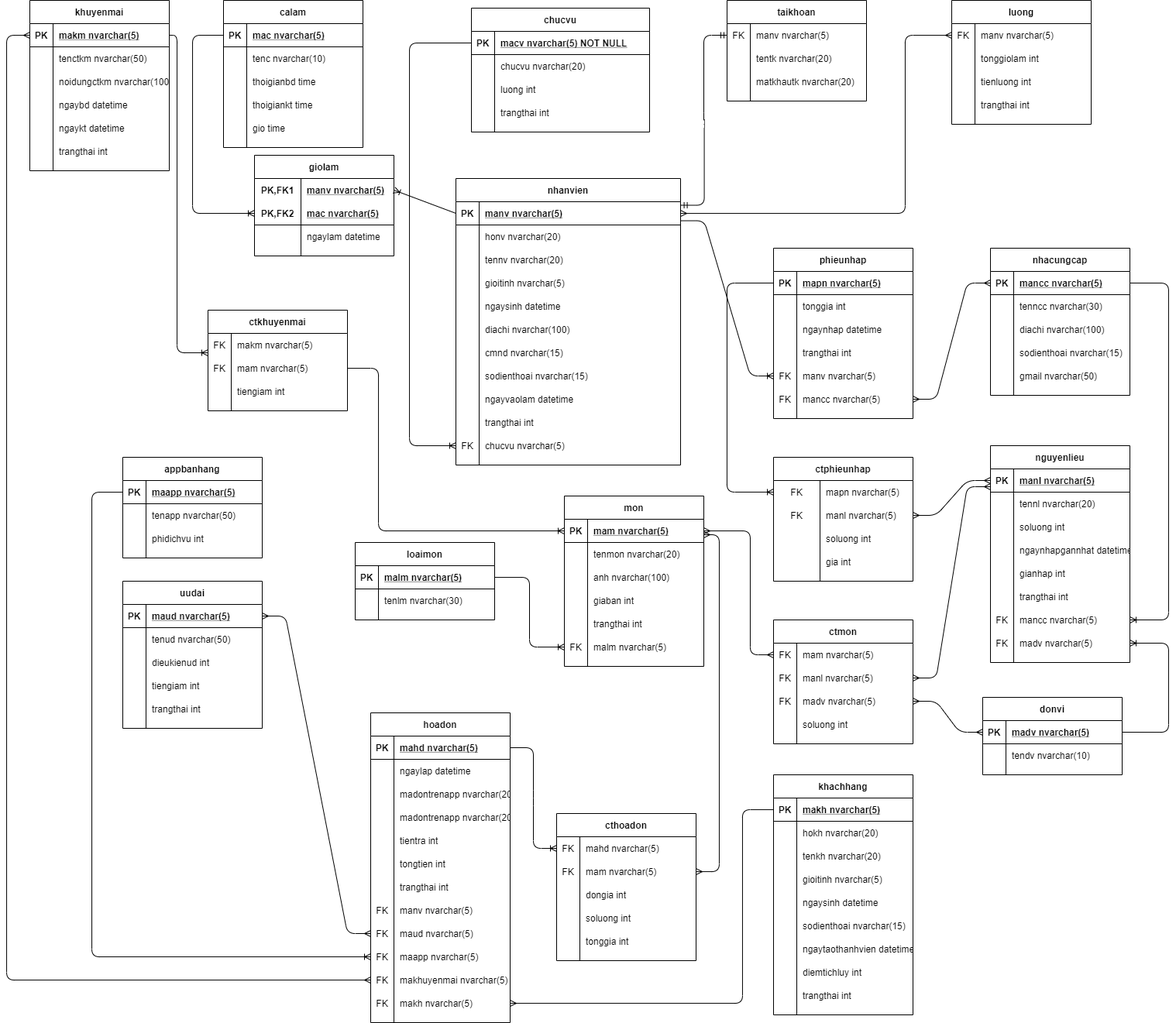
This is QLQuanCaPhe/ERD/ERD.png from quangngoctrieu/Do_an-CNPM-QL_CAFE, a draw.io export, as it was before one commit. Source tidied: cells renumbered, new cells last; positions are measured from the earlier drawing's top-left corner, leaving out a move shared by most shapes.
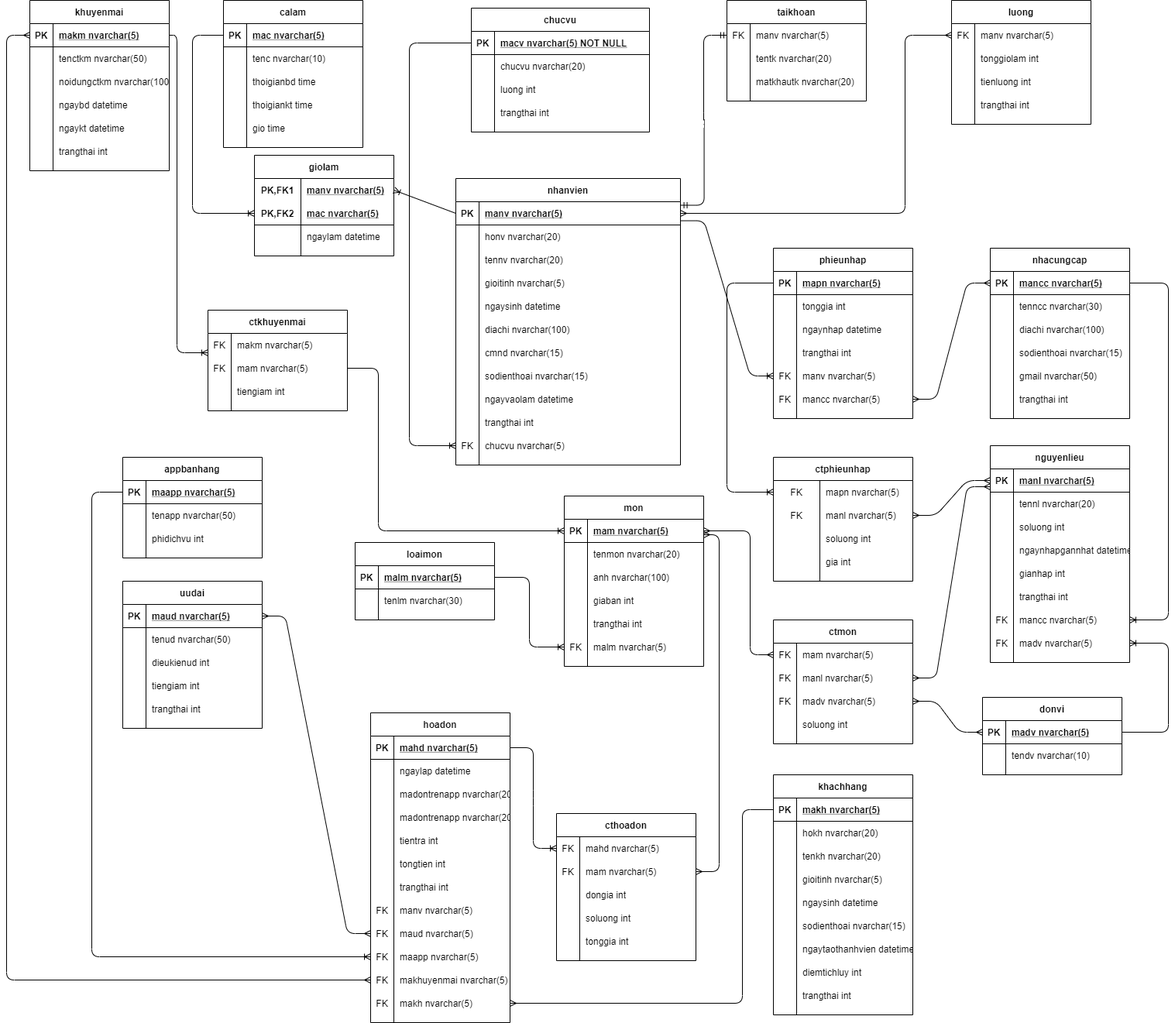
Above is the later version.

What changed in the source:
```diff
@@ -291,7 +291,7 @@
       <mxGeometry x="30" width="150" height="30" as="geometry" />
     </mxCell>
     <mxCell id="98" value="nhacungcap" style="shape=table;startSize=30;rowLines=0;fontStyle=1;align=center;" parent="1" vertex="1">
-      <mxGeometry x="1270" y="320" width="180" height="190" as="geometry" />
+      <mxGeometry x="1270" y="320" width="180" height="220" as="geometry" />
     </mxCell>
     <mxCell id="99" style="shape=partialRectangle;fillColor=none;top=0;left=0;bottom=1;right=0;points=[[0,0.5],[1,0.5]];portConstraint=eastwest;" parent="98" vertex="1">
       <mxGeometry y="30" width="180" height="30" as="geometry" />
@@ -338,6 +338,15 @@
     <mxCell id="113" value="gmail nvarchar(50)" style="shape=partialRectangle;fillColor=none;top=0;left=0;bottom=0;right=0;align=left;spacingLeft=6;overflow=hidden;" parent="111" vertex="1">
       <mxGeometry x="30" width="150" height="30" as="geometry" />
     </mxCell>
+    <mxCell id="377" style="shape=partialRectangle;fillColor=none;top=0;left=0;bottom=0;right=0;" parent="98" vertex="1">
+      <mxGeometry y="180" width="180" height="30" as="geometry" />
+    </mxCell>
+    <mxCell id="378" style="shape=partialRectangle;fillColor=none;top=0;left=0;bottom=0;right=0;overflow=hidden;" parent="377" vertex="1">
+      <mxGeometry width="30" height="30" as="geometry" />
+    </mxCell>
+    <mxCell id="379" value="trangthai int" style="shape=partialRectangle;fillColor=none;top=0;left=0;bottom=0;right=0;align=left;spacingLeft=6;overflow=hidden;" parent="377" vertex="1">
+      <mxGeometry x="30" width="150" height="30" as="geometry" />
+    </mxCell>
     <mxCell id="114" value="phieunhap" style="shape=table;startSize=30;rowLines=0;fontStyle=1;align=center;" parent="1" vertex="1">
       <mxGeometry x="990" y="320" width="180" height="220" as="geometry" />
     </mxCell>
```
